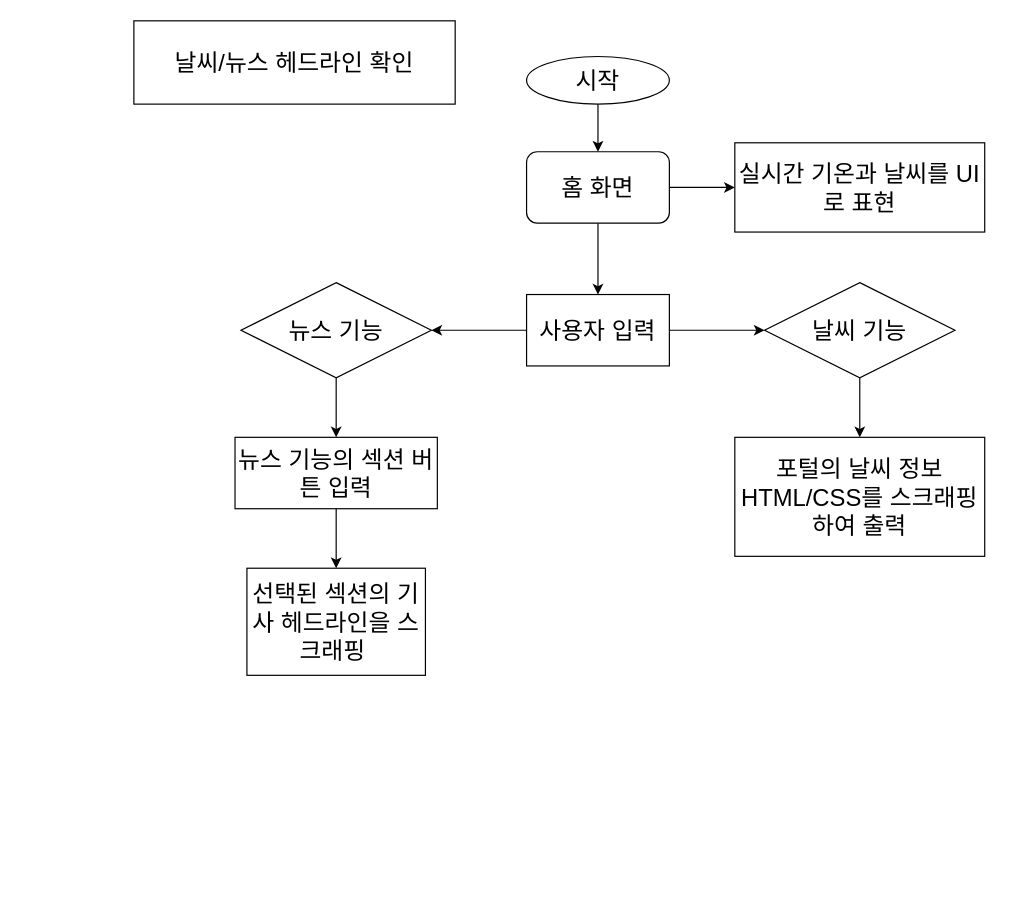
Before: Untitled Diagram.drawio in JayPark0110/EmbeddedTP, a draw.io diagram. Source tidied: cells renumbered, new cells numbered last; positions are measured from the earlier drawing's top-left corner, leaving out a move shared by most shapes. Both pictures are drawn from the tidied source at 119%, with x=0, y=0 at pixel (133, 20).
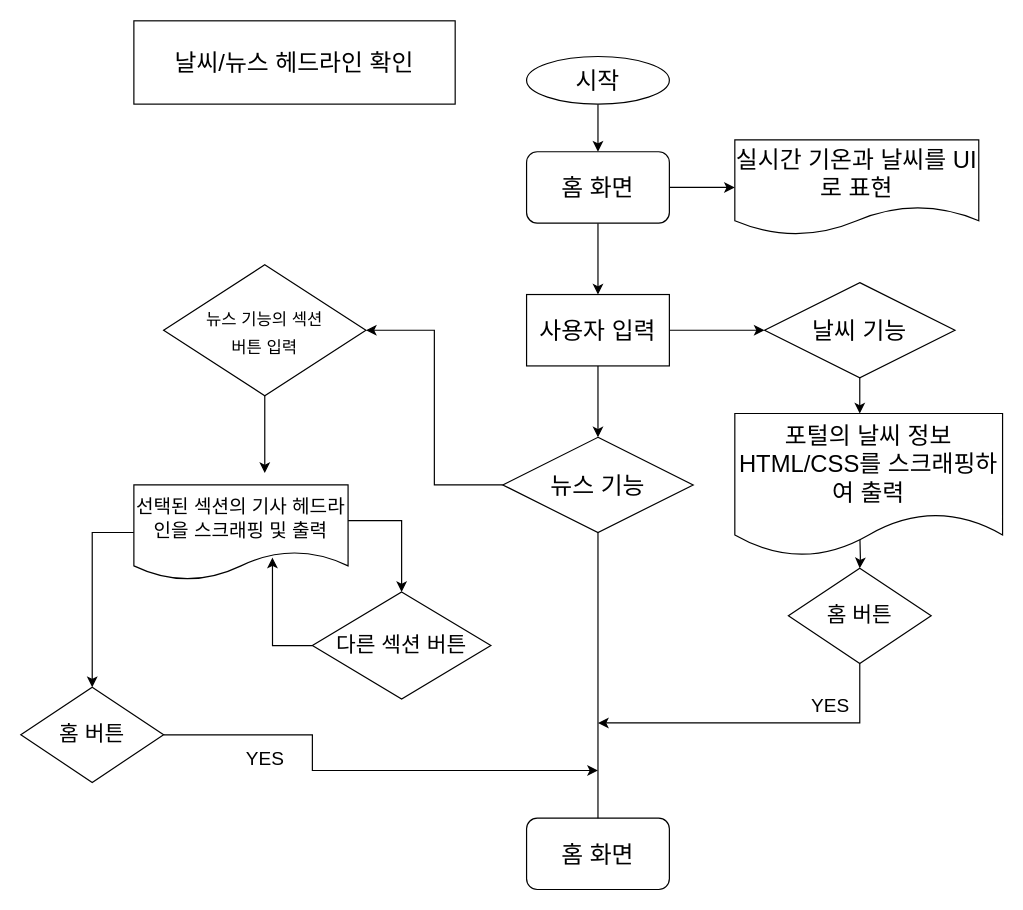
The same page after the edit.

The change refers to these unchanged cells:
```xml
<mxCell id="6" value="&lt;font style=&quot;font-size: 20px&quot;&gt;홈 화면&lt;/font&gt;" style="rounded=1;whiteSpace=wrap;html=1;" parent="1" vertex="1">
  <mxGeometry x="330" y="110" width="120" height="60" as="geometry" />
</mxCell>
<mxCell id="9" value="&lt;font style=&quot;font-size: 20px&quot;&gt;날씨 기능&lt;/font&gt;" style="rhombus;whiteSpace=wrap;html=1;" parent="1" vertex="1">
  <mxGeometry x="530" y="220" width="160" height="80" as="geometry" />
</mxCell>
```

What changed in the source:
```diff
@@
-    <mxCell id="5" style="edgeStyle=orthogonalEdgeStyle;rounded=0;jettySize=auto;html=1;fontSize=20;" parent="1" edge="1" source="6" target="13">
-      <mxGeometry relative="1" as="geometry" />
+    <mxCell id="5" style="edgeStyle=orthogonalEdgeStyle;rounded=0;jettySize=auto;html=1;fontSize=20;" parent="1" edge="1" source="6">
+      <mxGeometry relative="1" as="geometry">
+        <mxPoint x="505" y="140" as="targetPoint" />
+      </mxGeometry>
     </mxCell>
@@
-    <mxCell id="8" style="edgeStyle=orthogonalEdgeStyle;rounded=0;jettySize=auto;html=1;fontSize=20;" parent="1" edge="1" source="9" target="12">
-      <mxGeometry relative="1" as="geometry" />
+    <mxCell id="8" style="edgeStyle=orthogonalEdgeStyle;rounded=0;jettySize=auto;html=1;fontSize=20;" parent="1" edge="1" source="9">
+      <mxGeometry relative="1" as="geometry">
+        <mxPoint x="610" y="330" as="targetPoint" />
+      </mxGeometry>
     </mxCell>
@@
-    <mxCell id="10" style="edgeStyle=orthogonalEdgeStyle;rounded=0;jettySize=auto;html=1;fontSize=20;" parent="1" edge="1" source="11" target="18">
+    <mxCell id="10" style="edgeStyle=orthogonalEdgeStyle;rounded=0;jettySize=auto;html=1;fontSize=14;exitX=0;exitY=0.5;exitDx=0;exitDy=0;entryX=1;entryY=0.5;entryDx=0;entryDy=0;" parent="1" edge="1" source="11" target="18">
       <mxGeometry relative="1" as="geometry" />
     </mxCell>
     <mxCell id="11" value="&lt;font style=&quot;font-size: 20px&quot;&gt;뉴스 기능&lt;/font&gt;" style="rhombus;whiteSpace=wrap;html=1;" parent="1" vertex="1">
-      <mxGeometry x="90" y="220" width="160" height="80" as="geometry" />
+      <mxGeometry x="310" y="350" width="160" height="80" as="geometry" />
     </mxCell>
-    <mxCell id="12" value="포털의 날씨 정보 HTML/CSS를 스크래핑하여 출력" style="rounded=0;whiteSpace=wrap;html=1;fontSize=20;" parent="1" vertex="1">
-      <mxGeometry x="505" y="350" width="210" height="100" as="geometry" />
-    </mxCell>
-    <mxCell id="13" value="&lt;font style=&quot;font-size: 20px&quot;&gt;실시간 기온과 날씨를 UI로 표현&lt;/font&gt;" style="rounded=0;whiteSpace=wrap;html=1;fontSize=20;" parent="1" vertex="1">
-      <mxGeometry x="505" y="102.5" width="210" height="75" as="geometry" />
-    </mxCell>
+    <mxCell id="20" style="edgeStyle=orthogonalEdgeStyle;rounded=0;jettySize=auto;html=1;fontSize=18;" parent="1" edge="1" target="25">
+      <mxGeometry relative="1" as="geometry">
+        <mxPoint x="610" y="430" as="sourcePoint" />
+      </mxGeometry>
+    </mxCell>
@@
-    <mxCell id="17" style="edgeStyle=orthogonalEdgeStyle;rounded=0;jettySize=auto;html=1;fontSize=20;" parent="1" edge="1" source="18" target="19">
-      <mxGeometry relative="1" as="geometry" />
-    </mxCell>
+    <mxCell id="21" style="edgeStyle=orthogonalEdgeStyle;rounded=0;jettySize=auto;html=1;fontSize=18;entryX=0.5;entryY=0;entryDx=0;entryDy=0;exitX=0;exitY=0.5;exitDx=0;exitDy=0;" parent="1" edge="1" source="34" target="24">
+      <mxGeometry relative="1" as="geometry" />
+    </mxCell>
+    <mxCell id="22" style="edgeStyle=orthogonalEdgeStyle;rounded=0;jettySize=auto;html=1;fontSize=16;exitX=1;exitY=0.375;exitDx=0;exitDy=0;exitPerimeter=0;" parent="1" edge="1" source="34" target="27">
+      <mxGeometry relative="1" as="geometry" />
+    </mxCell>
+    <mxCell id="23" style="endArrow=classic;html=1;rounded=0;fontSize=20;exitX=0;exitY=0.5;exitDx=0;exitDy=0;entryX=0.5;entryY=0;entryDx=0;entryDy=0;" parent="1" edge="1" source="18">
+      <mxGeometry relative="1" as="geometry">
+        <mxPoint x="110" y="380" as="targetPoint" />
+        <Array as="points">
+          <mxPoint x="110" y="260" />
+        </Array>
+      </mxGeometry>
+    </mxCell>
-    <mxCell id="18" value="뉴스 기능의 섹션 버튼 입력" style="rounded=0;whiteSpace=wrap;html=1;fontSize=20;" parent="1" vertex="1">
-      <mxGeometry x="85" y="350" width="170" height="60" as="geometry" />
+    <mxCell id="18" value="&lt;span&gt;&lt;font style=&quot;font-size: 14px&quot;&gt;뉴스 기능의 섹션 &lt;br&gt;버튼 입력&lt;/font&gt;&lt;/span&gt;" style="rhombus;whiteSpace=wrap;html=1;fontSize=20;" parent="1" vertex="1">
+      <mxGeometry x="25" y="205" width="170" height="110" as="geometry" />
     </mxCell>
-    <mxCell id="19" value="선택된 섹션의 기사 헤드라인을 스크래핑&amp;nbsp;" style="rounded=0;whiteSpace=wrap;html=1;fontSize=20;" parent="1" vertex="1">
-      <mxGeometry x="95" y="460" width="150" height="90" as="geometry" />
-    </mxCell>
+    <mxCell id="24" value="홈 버튼" style="rhombus;whiteSpace=wrap;html=1;fontSize=18;" parent="1" vertex="1">
+      <mxGeometry x="-95" y="560" width="120" height="80" as="geometry" />
+    </mxCell>
+    <mxCell id="25" value="홈 버튼" style="rhombus;whiteSpace=wrap;html=1;fontSize=18;" parent="1" vertex="1">
+      <mxGeometry x="550" y="460" width="120" height="80" as="geometry" />
+    </mxCell>
+    <mxCell id="26" style="edgeStyle=orthogonalEdgeStyle;rounded=0;jettySize=auto;html=1;fontSize=16;entryX=0.647;entryY=0.763;entryDx=0;entryDy=0;exitX=0;exitY=0.5;exitDx=0;exitDy=0;entryPerimeter=0;" parent="1" edge="1" source="27" target="34">
+      <mxGeometry relative="1" as="geometry" />
+    </mxCell>
+    <mxCell id="27" value="다른 섹션 버튼" style="rhombus;whiteSpace=wrap;html=1;fontSize=18;" parent="1" vertex="1">
+      <mxGeometry x="150" y="480" width="150" height="90" as="geometry" />
+    </mxCell>
+    <mxCell id="28" value="&lt;font style=&quot;font-size: 20px&quot;&gt;홈 화면&lt;/font&gt;" style="rounded=1;whiteSpace=wrap;html=1;" parent="1" vertex="1">
+      <mxGeometry x="330" y="670" width="120" height="60" as="geometry" />
+    </mxCell>
+    <mxCell id="29" style="endArrow=none;html=1;rounded=0;fontSize=16;entryX=0.5;entryY=1;entryDx=0;entryDy=0;" parent="1" edge="1" source="28" target="11">
+      <mxGeometry relative="1" as="geometry" />
+    </mxCell>
+    <mxCell id="30" style="endArrow=classic;html=1;rounded=0;fontSize=16;exitX=1;exitY=0.5;exitDx=0;exitDy=0;" parent="1" edge="1" source="24">
+      <mxGeometry relative="1" as="geometry">
+        <mxPoint x="390" y="630" as="targetPoint" />
+        <Array as="points">
+          <mxPoint x="150" y="600" />
+          <mxPoint x="150" y="630" />
+        </Array>
+      </mxGeometry>
+    </mxCell>
+    <mxCell id="31" value="YES" style="text;html=1;align=center;verticalAlign=middle;strokeColor=none;fillColor=none;fontSize=16;" parent="1" vertex="1">
+      <mxGeometry x="85" y="610" width="50" height="20" as="geometry" />
+    </mxCell>
+    <mxCell id="32" style="endArrow=classic;html=1;rounded=0;fontSize=16;exitX=0.5;exitY=1;exitDx=0;exitDy=0;" parent="1" edge="1" source="25">
+      <mxGeometry relative="1" as="geometry">
+        <mxPoint x="390" y="590" as="targetPoint" />
+        <Array as="points">
+          <mxPoint x="610" y="590" />
+        </Array>
+      </mxGeometry>
+    </mxCell>
+    <mxCell id="33" value="YES&lt;br&gt;" style="text;html=1;align=center;verticalAlign=middle;strokeColor=none;fillColor=none;fontSize=16;" parent="1" vertex="1">
+      <mxGeometry x="560" y="565" width="50" height="20" as="geometry" />
+    </mxCell>
+    <mxCell id="13" value="&lt;span style=&quot;font-size: 20px&quot;&gt;실시간 기온과 날씨를 UI로 표현&lt;/span&gt;" style="shape=document;whiteSpace=wrap;html=1;boundedLbl=1;fontSize=16;" parent="1" vertex="1">
+      <mxGeometry x="505" y="100" width="205" height="80" as="geometry" />
+    </mxCell>
+    <mxCell id="34" value="&lt;span&gt;선택된 섹션의 기사 헤드라인을 스크래핑 및 출력&lt;/span&gt;" style="shape=document;whiteSpace=wrap;html=1;boundedLbl=1;fontSize=16;" parent="1" vertex="1">
+      <mxGeometry y="390" width="180" height="80" as="geometry" />
+    </mxCell>
+    <mxCell id="12" value="&lt;span style=&quot;font-size: 20px&quot;&gt;포털의 날씨 정보 HTML/CSS를 스크래핑하여 출력&lt;/span&gt;" style="shape=document;whiteSpace=wrap;html=1;boundedLbl=1;fontSize=16;" parent="1" vertex="1">
+      <mxGeometry x="505" y="330" width="225" height="120" as="geometry" />
+    </mxCell>
```
